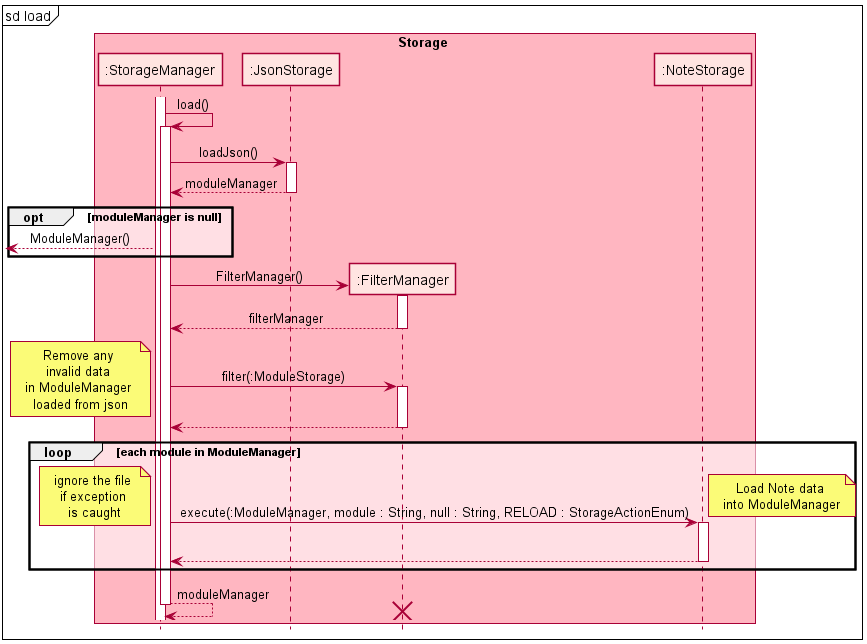
Before: docs/attachments/StorageLoadSequenceDiagram_part2.png, a diagram exported from PlantUML (nus-cs2113-AY2122S1/tp).
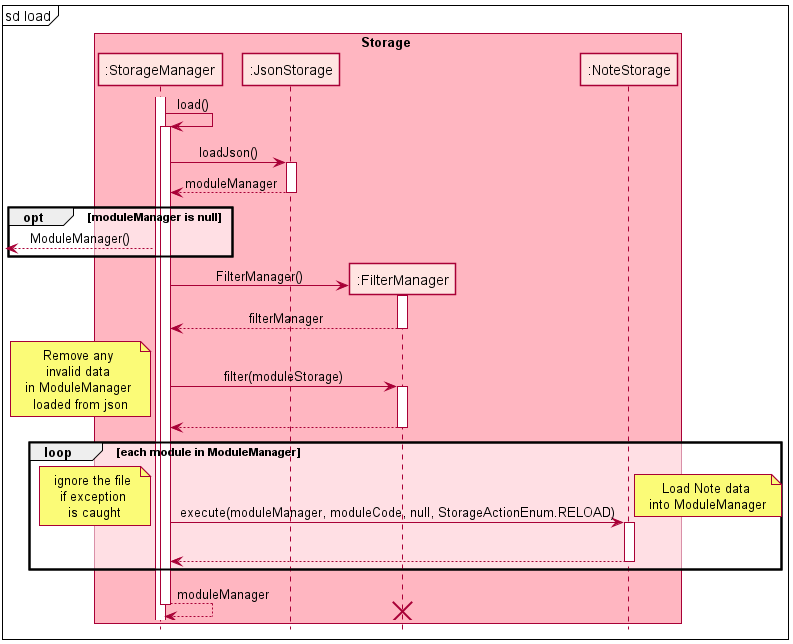
After the change.

What changed in the source:
```diff
@@ -24,12 +24,12 @@
 StorageManager -> FilterManager : FilterManager()
 activate FilterManager
 return filterManager
-StorageManager -> FilterManager : filter(:ModuleStorage)
+StorageManager -> FilterManager : filter(moduleStorage)
 note left : Remove any \ninvalid data \nin ModuleManager \nloaded from json
 activate FilterManager
 return
 loop each module in ModuleManager
-  StorageManager -> NoteStorage : execute(:ModuleManager, module : String, null : String, RELOAD : StorageActionEnum)
+  StorageManager -> NoteStorage : execute(moduleManager, moduleCode, null, StorageActionEnum.RELOAD)
   activate NoteStorage
   note left : ignore the file \nif exception \nis caught
   |||
```
